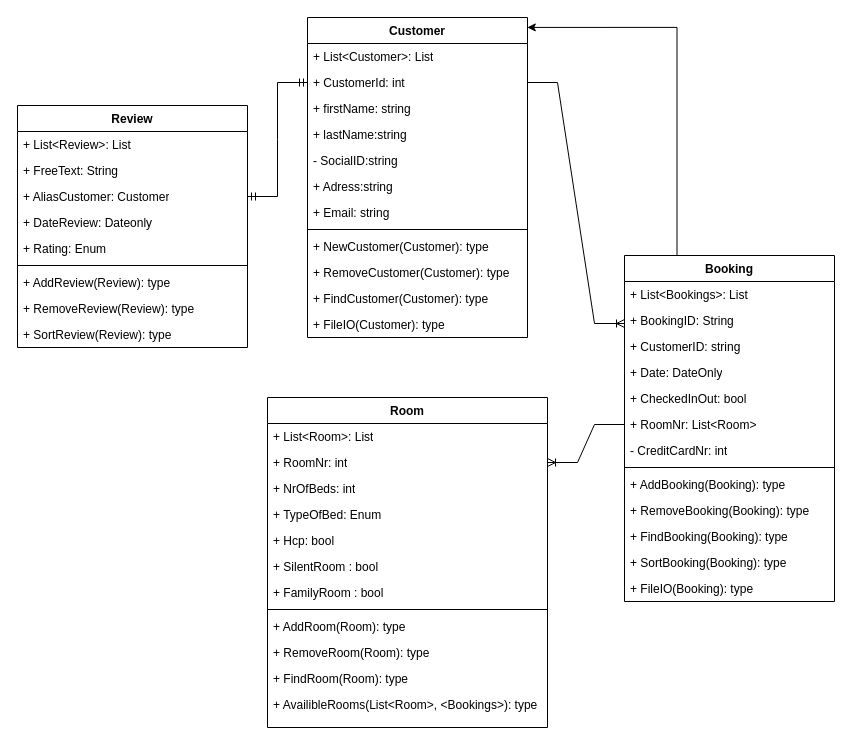
Earlier version of the draw.io diagram TheHotelUML.drawio (danlundh67/hotellet). Source tidied: cells renumbered, new cells numbered last; positions are measured from the earlier drawing's top-left corner, leaving out a move shared by most shapes. Both pictures are drawn from the tidied source at 100%, with x=0, y=0 at pixel (17, 17).
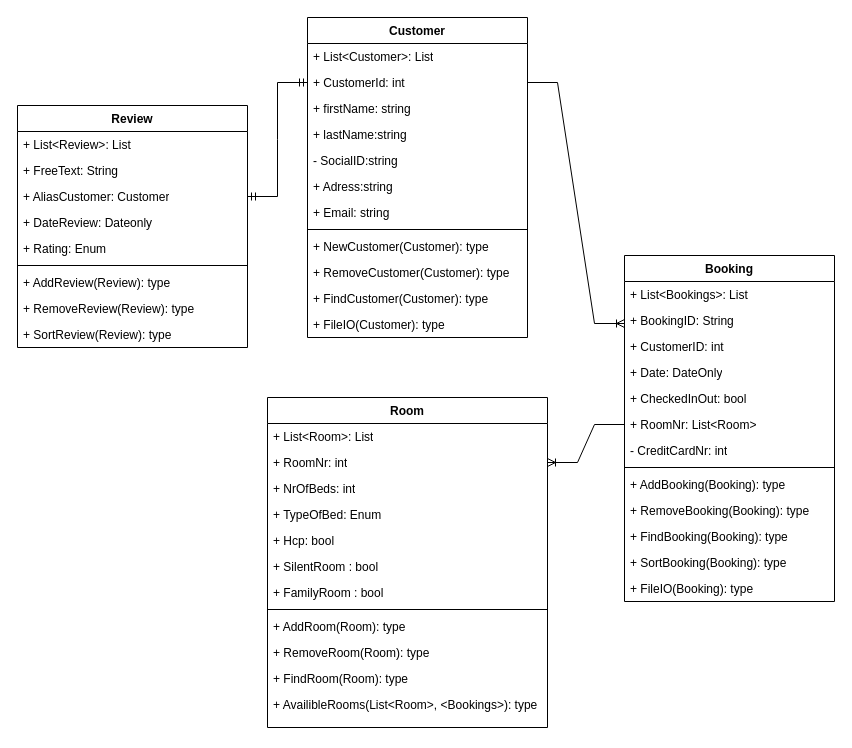
The same page after the edit.

Unchanged cells that the change refers to:
```xml
<mxCell id="2" value="Customer" style="swimlane;fontStyle=1;align=center;verticalAlign=top;horizontal=1;startSize=26;whiteSpace=wrap;html=1;" parent="1" vertex="1">
  <mxGeometry x="290" width="220" height="320" as="geometry" />
</mxCell>
<mxCell id="28" value="Booking" style="swimlane;fontStyle=1;align=center;verticalAlign=top;horizontal=1;startSize=26;whiteSpace=wrap;html=1;" parent="1" vertex="1">
  <mxGeometry x="607" y="238" width="210" height="346" as="geometry" />
</mxCell>
```

Change to the diagram source:
```diff
@@
-    <mxCell id="31" value="+ CustomerID: string" style="text;strokeColor=none;fillColor=none;align=left;verticalAlign=top;spacingLeft=4;spacingRight=4;overflow=hidden;whiteSpace=wrap;html=1;" parent="28" vertex="1">
+    <mxCell id="31" value="+ CustomerID: int" style="text;strokeColor=none;fillColor=none;align=left;verticalAlign=top;spacingLeft=4;spacingRight=4;overflow=hidden;whiteSpace=wrap;html=1;" parent="28" vertex="1">
       <mxGeometry y="78" width="210" height="26" as="geometry" />
     </mxCell>
@@
-    <mxCell id="53" style="edgeStyle=orthogonalEdgeStyle;rounded=0;jettySize=auto;html=1;exitX=0.25;exitY=0;exitDx=0;exitDy=0;entryX=0.999;entryY=0.031;entryDx=0;entryDy=0;entryPerimeter=0;" parent="1" edge="1" source="28" target="2">
-      <mxGeometry relative="1" as="geometry" />
-    </mxCell>
```
